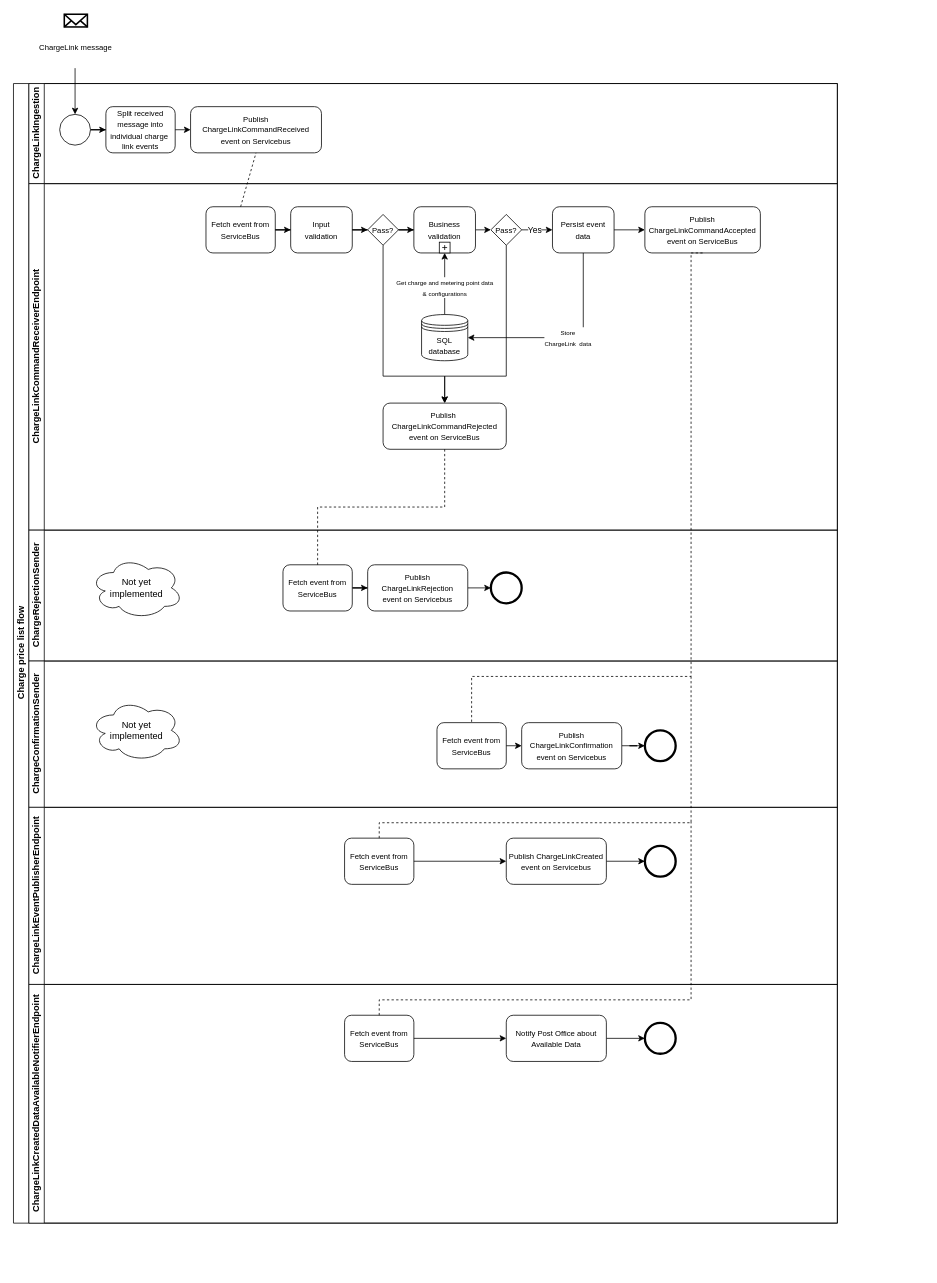
Earlier version of the draw.io diagram docs/process-flows/images/CreateChargeLinkProcessFlow.drawio (Energinet-DataHub/ARCHIVED-geh-charges). Source tidied: cells renumbered, new cells numbered last; positions are measured from the earlier drawing's top-left corner, leaving out a move shared by most shapes. Both pictures are drawn from the tidied source at 77%, with x=0, y=0 at pixel (13, 14).
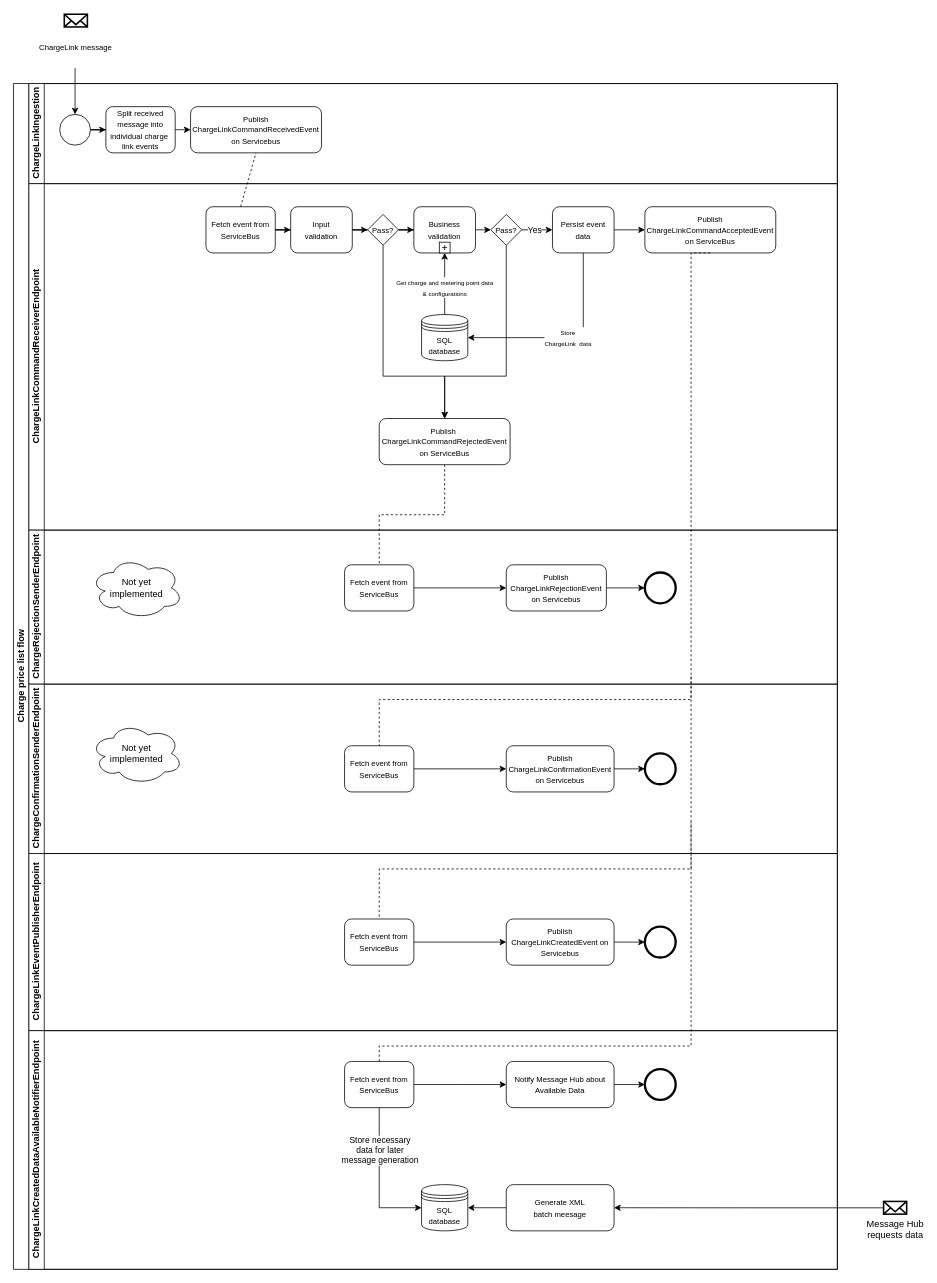
Above is the later version.

Commit message (it also covers changes not shown here):
docs: updated CreateCharge process flow

The change refers to these unchanged cells:
```xml
<mxCell id="3" value="ChargeLinkIngestion" style="swimlane;html=1;startSize=20;horizontal=0;" parent="2" vertex="1">
  <mxGeometry x="20" width="1050" height="130" as="geometry" />
</mxCell>
<mxCell id="9" value="ChargeLinkCommandReceiverEndpoint" style="swimlane;html=1;startSize=20;horizontal=0;" parent="2" vertex="1">
  <mxGeometry x="20" y="130" width="1050" height="450" as="geometry" />
</mxCell>
<mxCell id="55" value="&lt;font style=&quot;font-size: 10px&quot;&gt;Fetch event from ServiceBus&lt;/font&gt;" style="rounded=1;whiteSpace=wrap;html=1;fontFamily=Helvetica;fontSize=12;fontColor=#000000;align=center;" parent="51" vertex="1">
  <mxGeometry x="410" y="40" width="90" height="60" as="geometry" />
</mxCell>
```

What changed in the source:
```diff
@@
     <mxCell id="2" value="Charge price list flow" style="swimlane;html=1;horizontal=0;startSize=20;rounded=0;" parent="1" vertex="1">
-      <mxGeometry y="90" width="1070" height="1480" as="geometry" />
+      <mxGeometry y="90" width="1070" height="1540" as="geometry" />
     </mxCell>
@@
-    <mxCell id="7" value="&lt;font style=&quot;font-size: 10px&quot;&gt;Publish ChargeLinkCommandReceived&lt;br&gt;event on Servicebus&lt;/font&gt;" style="rounded=1;whiteSpace=wrap;html=1;fontFamily=Helvetica;fontSize=12;fontColor=#000000;align=center;" parent="3" vertex="1">
+    <mxCell id="7" value="&lt;font style=&quot;font-size: 10px&quot;&gt;Publish ChargeLinkCommandReceivedEvent on Servicebus&lt;/font&gt;" style="rounded=1;whiteSpace=wrap;html=1;fontFamily=Helvetica;fontSize=12;fontColor=#000000;align=center;" parent="3" vertex="1">
       <mxGeometry x="210" y="30" width="170" height="60" as="geometry" />
     </mxCell>
@@
-    <mxCell id="14" value="&lt;font style=&quot;font-size: 10px&quot;&gt;Publish&lt;br&gt;ChargeLinkCommandAccepted&lt;br&gt;event on ServiceBus&lt;br&gt;&lt;/font&gt;" style="whiteSpace=wrap;html=1;rounded=1;" parent="9" vertex="1">
-      <mxGeometry x="800" y="30" width="150" height="60" as="geometry" />
+    <mxCell id="14" value="&lt;font style=&quot;font-size: 10px&quot;&gt;Publish&lt;br&gt;ChargeLinkCommandAcceptedEvent on ServiceBus&lt;br&gt;&lt;/font&gt;" style="whiteSpace=wrap;html=1;rounded=1;" parent="9" vertex="1">
+      <mxGeometry x="800" y="30" width="170" height="60" as="geometry" />
     </mxCell>
@@
-    <mxCell id="29" value="&lt;span style=&quot;font-size: 10px&quot;&gt;Publish&amp;nbsp;&lt;/span&gt;&lt;br style=&quot;font-size: 10px&quot;&gt;&lt;span style=&quot;font-size: 10px&quot;&gt;ChargeLinkCommandRejected&lt;br&gt;event on ServiceBus&lt;/span&gt;" style="whiteSpace=wrap;html=1;rounded=1;" parent="9" vertex="1">
-      <mxGeometry x="460" y="285" width="160" height="60" as="geometry" />
+    <mxCell id="29" value="&lt;span style=&quot;font-size: 10px&quot;&gt;Publish&amp;nbsp;&lt;/span&gt;&lt;br style=&quot;font-size: 10px&quot;&gt;&lt;span style=&quot;font-size: 10px&quot;&gt;ChargeLinkCommandRejectedEvent on ServiceBus&lt;/span&gt;" style="whiteSpace=wrap;html=1;rounded=1;" parent="9" vertex="1">
+      <mxGeometry x="455" y="305" width="170" height="60" as="geometry" />
     </mxCell>
@@
-    <mxCell id="31" value="ChargeRejectionSender" style="swimlane;html=1;startSize=20;horizontal=0;" parent="2" vertex="1">
-      <mxGeometry x="20" y="580" width="1050" height="170" as="geometry" />
+    <mxCell id="31" value="ChargeRejectionSenderEndpoint" style="swimlane;html=1;startSize=20;horizontal=0;" parent="2" vertex="1">
+      <mxGeometry x="20" y="580" width="1050" height="200" as="geometry" />
     </mxCell>
     <mxCell id="32" style="shape=mxgraph.bpmn.shape;html=1;verticalLabelPosition=bottom;labelBackgroundColor=#ffffff;verticalAlign=top;align=center;perimeter=ellipsePerimeter;outlineConnect=0;outline=end;symbol=general;strokeColor=#000000;" parent="31" vertex="1">
-      <mxGeometry x="600" y="55" width="40" height="40" as="geometry" />
+      <mxGeometry x="800" y="55" width="40" height="40" as="geometry" />
     </mxCell>
@@
     <mxCell id="35" value="&lt;font style=&quot;font-size: 10px&quot;&gt;Fetch event from ServiceBus&lt;/font&gt;" style="rounded=1;whiteSpace=wrap;html=1;fontFamily=Helvetica;fontSize=12;fontColor=#000000;align=center;" parent="31" vertex="1">
-      <mxGeometry x="330" y="45" width="90" height="60" as="geometry" />
+      <mxGeometry x="410" y="45" width="90" height="60" as="geometry" />
     </mxCell>
-    <mxCell id="36" value="&lt;font style=&quot;font-size: 10px&quot;&gt;Publish ChargeLinkRejection&lt;br&gt;event on Servicebus&lt;/font&gt;" style="rounded=1;whiteSpace=wrap;html=1;fontFamily=Helvetica;fontSize=12;fontColor=#000000;align=center;" parent="31" vertex="1">
-      <mxGeometry x="440" y="45" width="130" height="60" as="geometry" />
+    <mxCell id="36" value="&lt;font style=&quot;font-size: 10px&quot;&gt;Publish ChargeLinkRejectionEvent on Servicebus&lt;/font&gt;" style="rounded=1;whiteSpace=wrap;html=1;fontFamily=Helvetica;fontSize=12;fontColor=#000000;align=center;" parent="31" vertex="1">
+      <mxGeometry x="620" y="45" width="130" height="60" as="geometry" />
     </mxCell>
@@
-    <mxCell id="38" value="ChargeConfirmationSender" style="swimlane;html=1;startSize=20;horizontal=0;" parent="2" vertex="1">
-      <mxGeometry x="20" y="750" width="1050" height="190" as="geometry" />
+    <mxCell id="38" value="ChargeConfirmationSenderEndpoint" style="swimlane;html=1;startSize=20;horizontal=0;" parent="2" vertex="1">
+      <mxGeometry x="20" y="780" width="1050" height="220" as="geometry" />
     </mxCell>
@@
-    <mxCell id="41" value="&lt;font style=&quot;font-size: 10px&quot;&gt;Publish ChargeLinkConfirmation&lt;br&gt;event on Servicebus&lt;/font&gt;" style="rounded=1;whiteSpace=wrap;html=1;fontFamily=Helvetica;fontSize=12;fontColor=#000000;align=center;" parent="38" vertex="1">
-      <mxGeometry x="640" y="80" width="130" height="60" as="geometry" />
+    <mxCell id="41" value="&lt;font style=&quot;font-size: 10px&quot;&gt;Publish ChargeLinkConfirmationEvent on Servicebus&lt;/font&gt;" style="rounded=1;whiteSpace=wrap;html=1;fontFamily=Helvetica;fontSize=12;fontColor=#000000;align=center;" parent="38" vertex="1">
+      <mxGeometry x="620" y="80" width="140" height="60" as="geometry" />
     </mxCell>
     <mxCell id="42" value="&lt;font style=&quot;font-size: 10px&quot;&gt;Fetch event from ServiceBus&lt;/font&gt;" style="rounded=1;whiteSpace=wrap;html=1;fontFamily=Helvetica;fontSize=12;fontColor=#000000;align=center;" parent="38" vertex="1">
-      <mxGeometry x="530" y="80" width="90" height="60" as="geometry" />
+      <mxGeometry x="410" y="80" width="90" height="60" as="geometry" />
     </mxCell>
@@
     <mxCell id="45" value="ChargeLinkEventPublisherEndpoint" style="swimlane;html=1;startSize=20;horizontal=0;" parent="2" vertex="1">
-      <mxGeometry x="20" y="940" width="1050" height="230" as="geometry" />
+      <mxGeometry x="20" y="1000" width="1050" height="230" as="geometry" />
     </mxCell>
     <mxCell id="46" style="shape=mxgraph.bpmn.shape;html=1;verticalLabelPosition=bottom;labelBackgroundColor=#ffffff;verticalAlign=top;align=center;perimeter=ellipsePerimeter;outlineConnect=0;outline=end;symbol=general;strokeColor=#000000;" parent="45" vertex="1">
-      <mxGeometry x="800" y="50" width="40" height="40" as="geometry" />
+      <mxGeometry x="800" y="95" width="40" height="40" as="geometry" />
     </mxCell>
-    <mxCell id="47" style="edgeStyle=orthogonalEdgeStyle;rounded=0;jettySize=auto;html=1;exitX=1;exitY=0.5;exitDx=0;exitDy=0;" parent="45" edge="1" source="48" target="46">
-      <mxGeometry relative="1" as="geometry" />
+    <mxCell id="47" style="edgeStyle=orthogonalEdgeStyle;rounded=0;jettySize=auto;html=1;exitX=1;exitY=0.5;exitDx=0;exitDy=0;" parent="45" edge="1" source="48">
+      <mxGeometry relative="1" as="geometry">
+        <mxPoint x="800" y="115" as="targetPoint" />
+      </mxGeometry>
     </mxCell>
-    <mxCell id="48" value="&lt;font style=&quot;font-size: 10px&quot;&gt;Publish ChargeLinkCreated&lt;br&gt;event on Servicebus&lt;/font&gt;" style="rounded=1;whiteSpace=wrap;html=1;fontFamily=Helvetica;fontSize=12;fontColor=#000000;align=center;" parent="45" vertex="1">
-      <mxGeometry x="620" y="40" width="130" height="60" as="geometry" />
+    <mxCell id="48" value="&lt;font style=&quot;font-size: 10px&quot;&gt;Publish ChargeLinkCreatedEvent on Servicebus&lt;/font&gt;" style="rounded=1;whiteSpace=wrap;html=1;fontFamily=Helvetica;fontSize=12;fontColor=#000000;align=center;" parent="45" vertex="1">
+      <mxGeometry x="620" y="85" width="140" height="60" as="geometry" />
     </mxCell>
     <mxCell id="49" value="&lt;font style=&quot;font-size: 10px&quot;&gt;Fetch event from ServiceBus&lt;/font&gt;" style="rounded=1;whiteSpace=wrap;html=1;fontFamily=Helvetica;fontSize=12;fontColor=#000000;align=center;" parent="45" vertex="1">
-      <mxGeometry x="410" y="40" width="90" height="60" as="geometry" />
+      <mxGeometry x="410" y="85" width="90" height="60" as="geometry" />
     </mxCell>
@@
     <mxCell id="51" value="ChargeLinkCreatedDataAvailableNotifierEndpoint" style="swimlane;html=1;startSize=20;horizontal=0;" parent="2" vertex="1">
-      <mxGeometry x="20" y="1170" width="1050" height="310" as="geometry" />
+      <mxGeometry x="20" y="1230" width="1050" height="310" as="geometry" />
     </mxCell>
@@
-    <mxCell id="54" value="&lt;font style=&quot;font-size: 10px&quot;&gt;Notify Post Office about Available Data&lt;br&gt;&lt;/font&gt;" style="rounded=1;whiteSpace=wrap;html=1;fontFamily=Helvetica;fontSize=12;fontColor=#000000;align=center;" parent="51" vertex="1">
-      <mxGeometry x="620" y="40" width="130" height="60" as="geometry" />
+    <mxCell id="54" value="&lt;font style=&quot;font-size: 10px&quot;&gt;Notify Message Hub about Available Data&lt;br&gt;&lt;/font&gt;" style="rounded=1;whiteSpace=wrap;html=1;fontFamily=Helvetica;fontSize=12;fontColor=#000000;align=center;" parent="51" vertex="1">
+      <mxGeometry x="620" y="40" width="140" height="60" as="geometry" />
     </mxCell>
+    <mxCell id="66" style="edgeStyle=orthogonalEdgeStyle;rounded=0;jettySize=auto;html=1;entryX=0;entryY=0.5;entryDx=0;entryDy=0;exitX=0.5;exitY=1;exitDx=0;exitDy=0;" parent="51" edge="1" source="55" target="68">
+      <mxGeometry relative="1" as="geometry" />
+    </mxCell>
+    <mxCell id="67" value="Store necessary &lt;br&gt;data for later &lt;br&gt;message generation" style="edgeLabel;html=1;align=center;verticalAlign=middle;" parent="66" vertex="1">
+      <mxGeometry x="-0.12" relative="1" as="geometry">
+        <mxPoint y="-26" as="offset" />
+      </mxGeometry>
+    </mxCell>
@@
-    <mxCell id="56" style="edgeStyle=orthogonalEdgeStyle;rounded=0;jettySize=auto;html=1;exitX=1;exitY=0.5;exitDx=0;exitDy=0;entryX=0;entryY=0.5;entryDx=0;entryDy=0;" parent="51" edge="1" source="55" target="54">
-      <mxGeometry relative="1" as="geometry" />
+    <mxCell id="56" style="edgeStyle=orthogonalEdgeStyle;rounded=0;jettySize=auto;html=1;exitX=1;exitY=0.5;exitDx=0;exitDy=0;" parent="51" edge="1" source="55">
+      <mxGeometry relative="1" as="geometry">
+        <mxPoint x="620" y="70" as="targetPoint" />
+      </mxGeometry>
     </mxCell>
+    <mxCell id="68" value="&lt;font style=&quot;font-size: 10px&quot;&gt;SQL database&lt;/font&gt;" style="shape=datastore;whiteSpace=wrap;html=1;" parent="51" vertex="1">
+      <mxGeometry x="510" y="200" width="60" height="60" as="geometry" />
+    </mxCell>
+    <mxCell id="69" style="edgeStyle=orthogonalEdgeStyle;rounded=0;jettySize=auto;html=1;entryX=1;entryY=0.5;entryDx=0;entryDy=0;" parent="51" edge="1" source="70" target="68">
+      <mxGeometry relative="1" as="geometry" />
+    </mxCell>
+    <mxCell id="70" value="&lt;font style=&quot;font-size: 10px&quot;&gt;Generate XML &lt;br&gt;batch meesage&lt;br&gt;&lt;/font&gt;" style="rounded=1;whiteSpace=wrap;html=1;fontFamily=Helvetica;fontSize=12;fontColor=#000000;align=center;" parent="51" vertex="1">
+      <mxGeometry x="620" y="200" width="140" height="60" as="geometry" />
+    </mxCell>
@@
     <mxCell id="59" style="endArrow=none;dashed=1;edgeStyle=orthogonalEdgeStyle;rounded=0;jettySize=auto;html=1;entryX=0.5;entryY=0;entryDx=0;entryDy=0;exitX=0.5;exitY=1;exitDx=0;exitDy=0;" parent="2" edge="1" source="14" target="42">
       <mxGeometry relative="1" as="geometry">
         <Array as="points">
           <mxPoint x="880" y="220" />
-          <mxPoint x="880" y="770" />
-          <mxPoint x="595" y="770" />
+          <mxPoint x="880" y="800" />
+          <mxPoint x="475" y="800" />
         </Array>
       </mxGeometry>
     </mxCell>
@@
     <mxCell id="64" style="endArrow=none;dashed=1;edgeStyle=orthogonalEdgeStyle;rounded=0;jettySize=auto;html=1;entryX=0.5;entryY=0;entryDx=0;entryDy=0;" parent="1" edge="1" target="49">
       <mxGeometry relative="1" as="geometry">
         <mxPoint x="880" y="860" as="sourcePoint" />
         <Array as="points">
-          <mxPoint x="880" y="1050" />
-          <mxPoint x="475" y="1050" />
+          <mxPoint x="880" y="1110" />
+          <mxPoint x="475" y="1110" />
         </Array>
       </mxGeometry>
     </mxCell>
     <mxCell id="65" style="endArrow=none;dashed=1;html=1;rounded=0;edgeStyle=orthogonalEdgeStyle;exitX=0.5;exitY=0;exitDx=0;exitDy=0;" parent="1" edge="1" source="55">
       <mxGeometry relative="1" as="geometry">
         <mxPoint x="880" y="1049" as="targetPoint" />
         <Array as="points">
-          <mxPoint x="880" y="1280" />
+          <mxPoint x="475" y="1340" />
+          <mxPoint x="880" y="1340" />
         </Array>
       </mxGeometry>
     </mxCell>
+    <mxCell id="71" style="edgeStyle=orthogonalEdgeStyle;rounded=0;jettySize=auto;html=1;entryX=1;entryY=0.5;entryDx=0;entryDy=0;" parent="1" edge="1" source="72" target="70">
+      <mxGeometry relative="1" as="geometry" />
+    </mxCell>
+    <mxCell id="72" value="Message Hub &lt;br&gt;requests data" style="html=1;verticalLabelPosition=bottom;align=center;labelBackgroundColor=#ffffff;verticalAlign=top;strokeWidth=2;strokeColor=#000000;shadow=0;dashed=0;shape=mxgraph.ios7.icons.mail;" parent="1" vertex="1">
+      <mxGeometry x="1130" y="1541.8" width="30" height="16.5" as="geometry" />
+    </mxCell>
```
